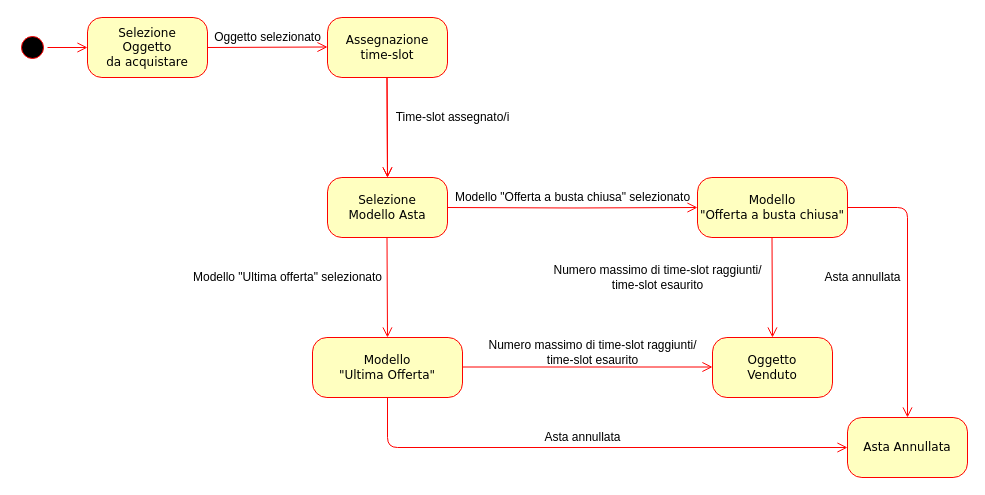
Before: Documentazione/Analisi/Statechart Diagrams/Statechart Diagram Asta.drawio in UnimibSoftEngCourse1920/progetto-aste-2-gruppo-aste-2, a draw.io diagram. Source tidied: cells renumbered, new cells numbered last; positions are measured from the earlier drawing's top-left corner, leaving out a move shared by most shapes. Both pictures are drawn from the tidied source at 100%, with x=0, y=0 at pixel (17, 17).
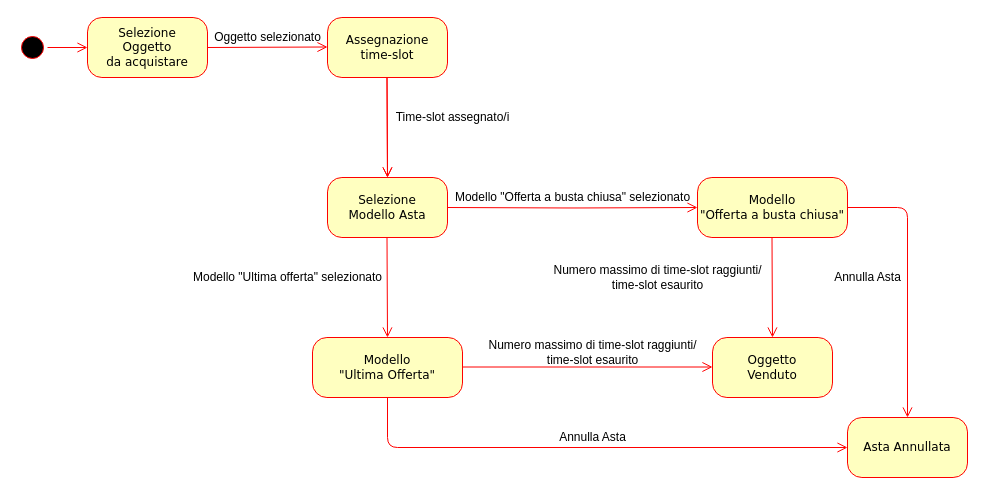
Above is the later version.

Commit message (it also covers changes not shown here):
Corretto imprecisione su Diagramma degli stati di Asta

The edit, as a diff of the source:
```diff
@@
-    <mxCell id="26" value="Asta annullata" style="text;html=1;align=center;verticalAlign=middle;" parent="1" vertex="1">
-      <mxGeometry x="520" y="410" width="90" height="20" as="geometry" />
+    <mxCell id="26" value="Annulla Asta" style="text;html=1;align=center;verticalAlign=middle;" parent="1" vertex="1">
+      <mxGeometry x="535" y="410" width="80" height="20" as="geometry" />
     </mxCell>
-    <mxCell id="27" value="Asta annullata" style="text;html=1;align=center;verticalAlign=middle;" parent="1" vertex="1">
-      <mxGeometry x="800" y="250" width="90" height="20" as="geometry" />
+    <mxCell id="27" value="Annulla Asta" style="text;html=1;align=center;verticalAlign=middle;" parent="1" vertex="1">
+      <mxGeometry x="810" y="250" width="80" height="20" as="geometry" />
     </mxCell>
```
